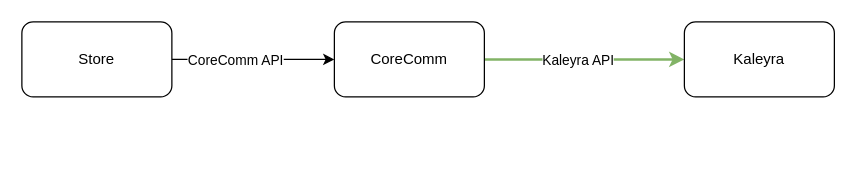
This is drawings/Kaleyra.drawio from AarellanoH/draw_io, a draw.io file, before an edit. Source tidied: cells renumbered, new cells numbered last; positions are measured from the earlier drawing's top-left corner, leaving out a move shared by most shapes. Both pictures are drawn from the tidied source at 125%, with x=0, y=0 at pixel (21, 21).
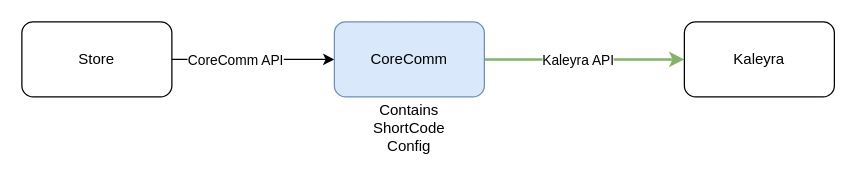
After the change.

What changed in the source:
```diff
@@
 <mxGraphModel>
   <root>
     <mxCell id="0" />
     <mxCell id="1" parent="0" />
     <mxCell id="2" style="edgeStyle=orthogonalEdgeStyle;rounded=0;jettySize=auto;html=1;" parent="1" edge="1" source="4" target="7">
       <mxGeometry relative="1" as="geometry" />
     </mxCell>
     <mxCell id="3" value="CoreComm API" style="edgeLabel;html=1;align=center;verticalAlign=middle;" parent="2" vertex="1">
       <mxGeometry x="-0.23" relative="1" as="geometry" />
     </mxCell>
     <mxCell id="4" value="Store" style="rounded=1;whiteSpace=wrap;html=1;" parent="1" vertex="1">
       <mxGeometry width="120" height="60" as="geometry" />
     </mxCell>
     <mxCell id="5" style="edgeStyle=orthogonalEdgeStyle;rounded=0;jettySize=auto;html=1;fillColor=#d5e8d4;strokeColor=#82b366;strokeWidth=2;" parent="1" edge="1" source="7" target="8">
       <mxGeometry relative="1" as="geometry" />
     </mxCell>
     <mxCell id="6" value="Kaleyra API" style="edgeLabel;html=1;align=center;verticalAlign=middle;" parent="5" vertex="1">
       <mxGeometry x="-0.08" relative="1" as="geometry" />
     </mxCell>
-    <mxCell id="7" value="CoreComm" style="rounded=1;whiteSpace=wrap;html=1;" parent="1" vertex="1">
+    <mxCell id="7" value="CoreComm" style="rounded=1;whiteSpace=wrap;html=1;fillColor=#dae8fc;strokeColor=#6c8ebf;" parent="1" vertex="1">
       <mxGeometry x="250" width="120" height="60" as="geometry" />
     </mxCell>
     <mxCell id="8" value="Kaleyra" style="rounded=1;whiteSpace=wrap;html=1;" parent="1" vertex="1">
       <mxGeometry x="530" width="120" height="60" as="geometry" />
     </mxCell>
+    <mxCell id="9" value="Contains ShortCode Config" style="text;html=1;align=center;verticalAlign=middle;whiteSpace=wrap;rounded=0;" parent="1" vertex="1">
+      <mxGeometry x="280" y="70" width="60" height="30" as="geometry" />
+    </mxCell>
   </root>
 </mxGraphModel>
```
